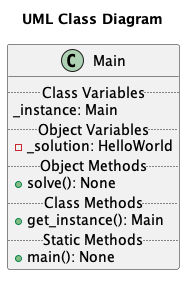
Before: hello/python3/OOP/uml/Main.png, a diagram exported from PlantUML (rambasnet/Kattis-Demos-Testing).
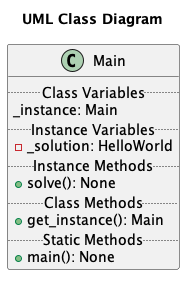
After the commit.

Change to the diagram source:
```diff
@@ -4,9 +4,9 @@
 class Main {
 	.. Class Variables ..
 	_instance: Main
-	.. Object Variables ..
+	.. Instance Variables ..
 	- _solution: HelloWorld
-	.. Object Methods ..
+	.. Instance Methods ..
 	+ solve(): None
 	.. Class Methods ..
 	+ get_instance(): Main
```
